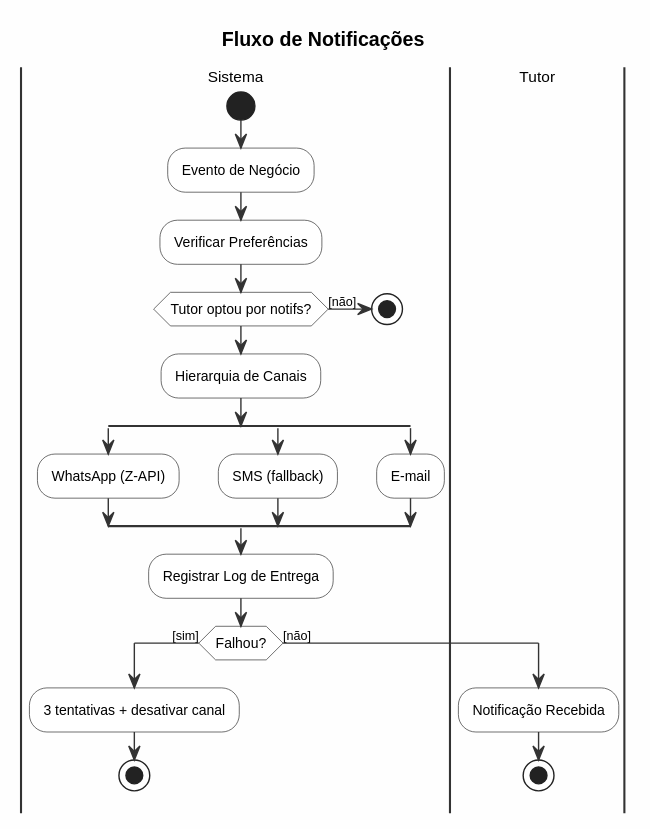
This is resources/docs/diagrams/23-fluxo-notificacao.svg from hlmitecnologia/vetessence, a PlantUML export, as it was before one commit.
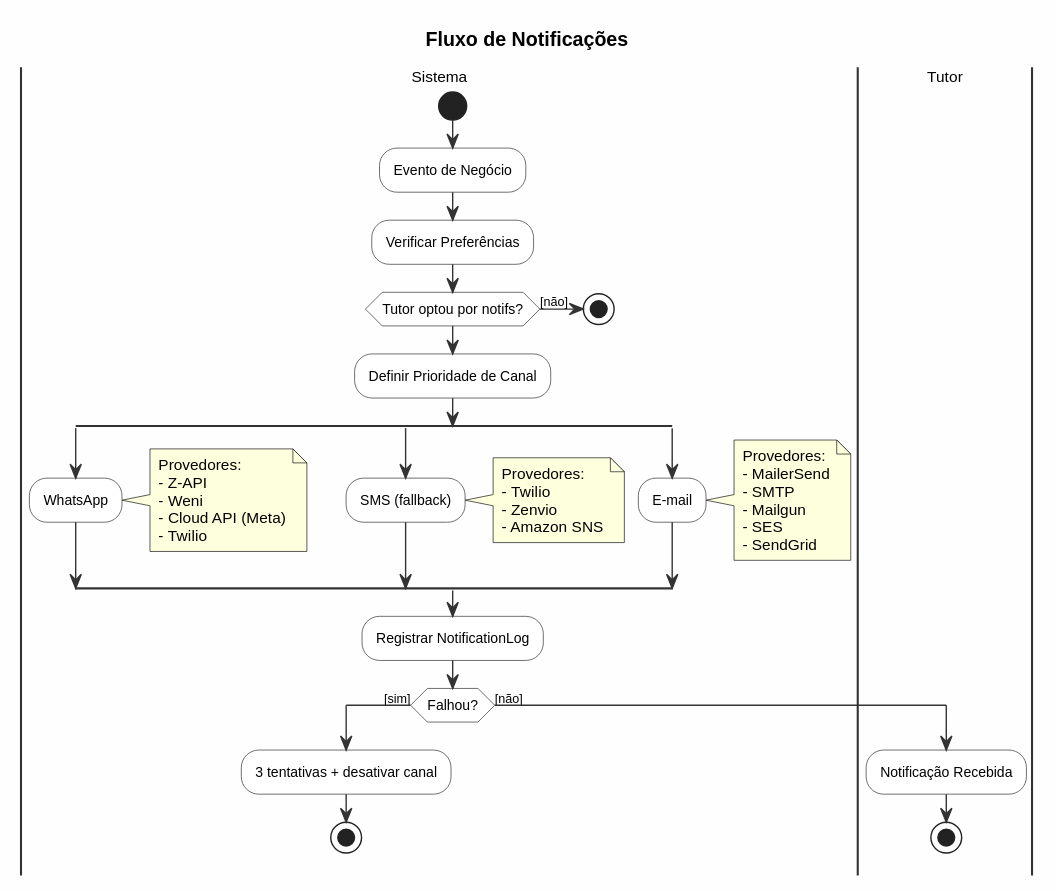
The same file after the commit.

The edit, as a diff of the source:
```diff
@@ -12,16 +12,38 @@
   stop
 endif
 
-:Hierarquia de Canais;
+:Definir Prioridade de Canal;
+
 split
-  :WhatsApp (Z-API);
+  :WhatsApp;
+  note right
+    Provedores:
+    - Z-API
+    - Weni
+    - Cloud API (Meta)
+    - Twilio
+  end note
 split again
   :SMS (fallback);
+  note right
+    Provedores:
+    - Twilio
+    - Zenvio
+    - Amazon SNS
+  end note
 split again
   :E-mail;
+  note right
+    Provedores:
+    - MailerSend
+    - SMTP
+    - Mailgun
+    - SES
+    - SendGrid
+  end note
 endsplit
 
-:Registrar Log de Entrega;
+:Registrar NotificationLog;
 
 if (Falhou?) then ([sim])
   :3 tentativas + desativar canal;
```
